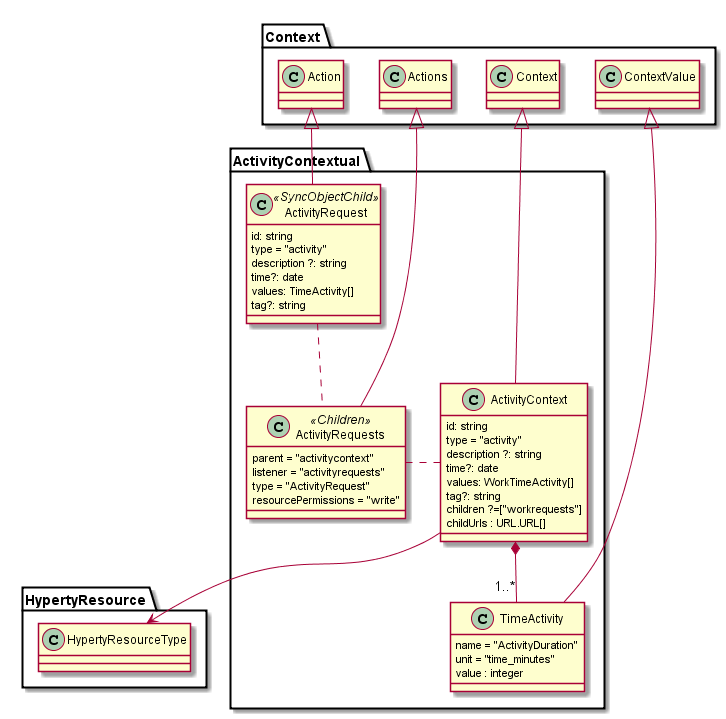
Above: docs/Deliverable_52/applications_doc/smart-contextual-assistance/activity-context.png in reTHINK-project/scenario-service-implementation (PlantUML), before the change.
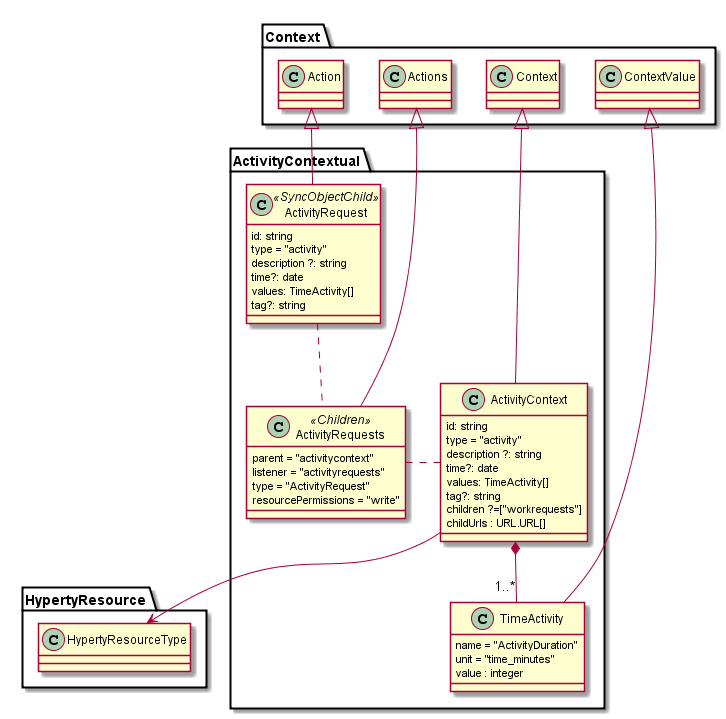
Above is the later version.

Change to the diagram source:
```diff
@@ -7,7 +7,7 @@
   type = "activity"
   description ?: string
   time?: date
-  values: WorkTimeActivity[]
+  values: TimeActivity[]
   tag?: string
   children ?=["workrequests"]
   childUrls : URL.URL[]
```
